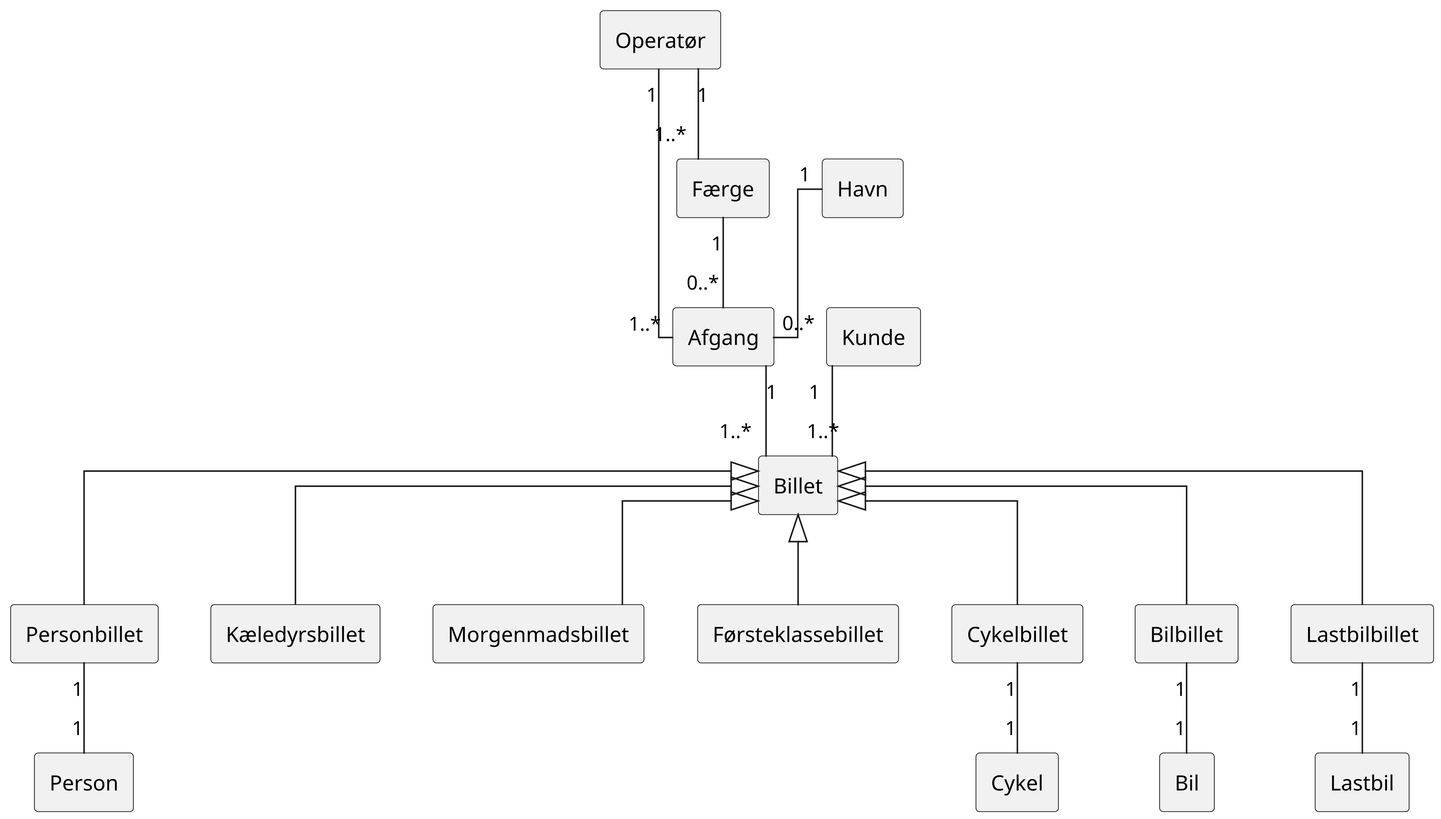
Above: asset/domain_model.png in marc8193/H6PD080126 (PlantUML), before the change.
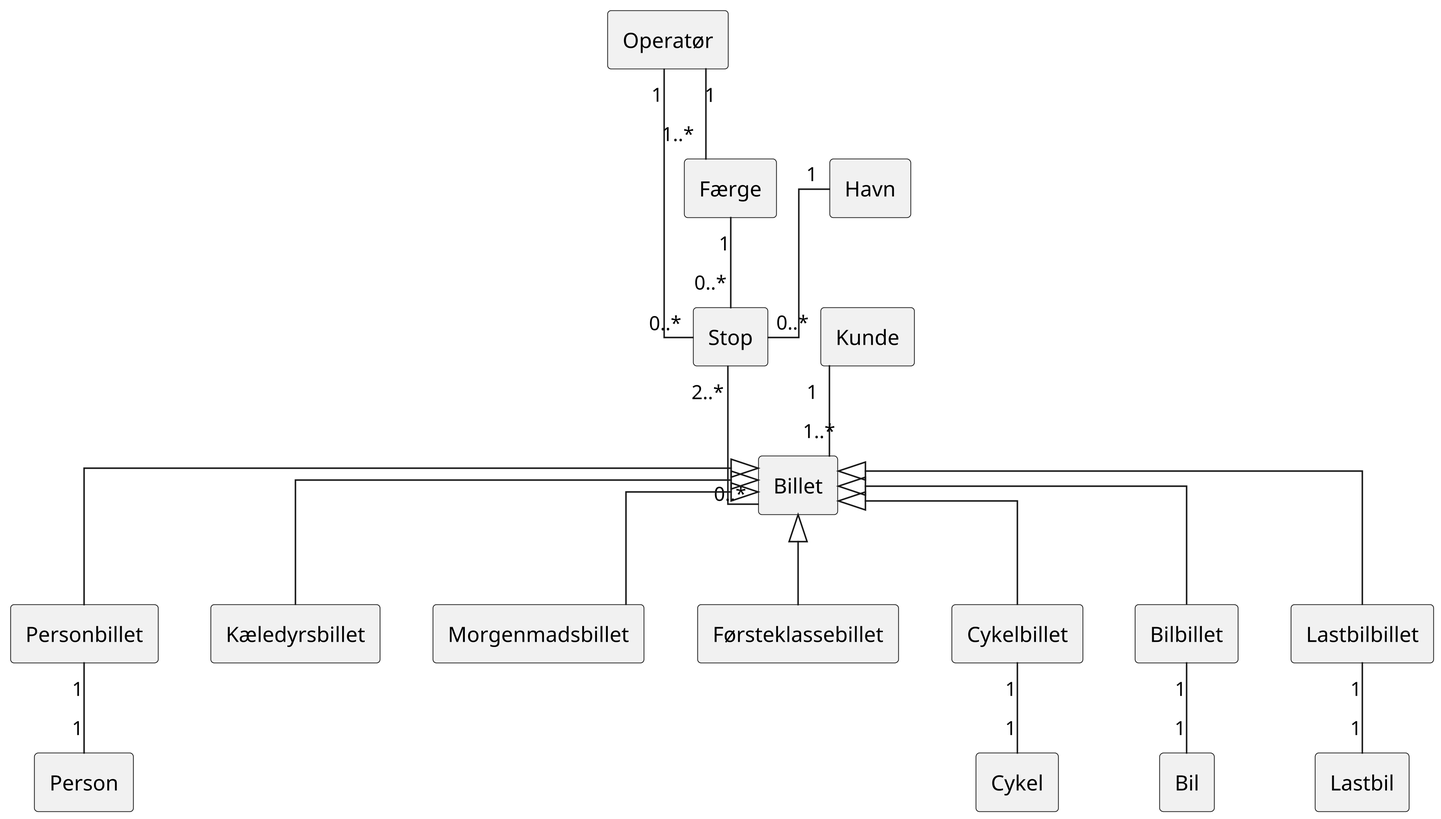
Above is the later version.

What changed in the source:
```diff
@@ -4,7 +4,7 @@
 
 rectangle Operatør
 
-rectangle Afgang
+rectangle Stop
 rectangle Færge
 rectangle Havn
 
@@ -23,12 +23,12 @@
 rectangle Lastbil
 rectangle Person
 
-Operatør "1" -- "1..*" Afgang
+Operatør "1" -- "0..*" Stop
 Operatør "1" -- "1..*" Færge
 
-Færge "1" -- "0..*" Afgang
-Havn "1" -- "0..*" Afgang
-Afgang "1" -- "1..*" Billet
+Færge "1" -- "0..*" Stop
+Havn "1" -- "0..*" Stop
+Stop "2..*" -- "0..*" Billet
 
 Kunde "1" -- "1..*" Billet
 
```
